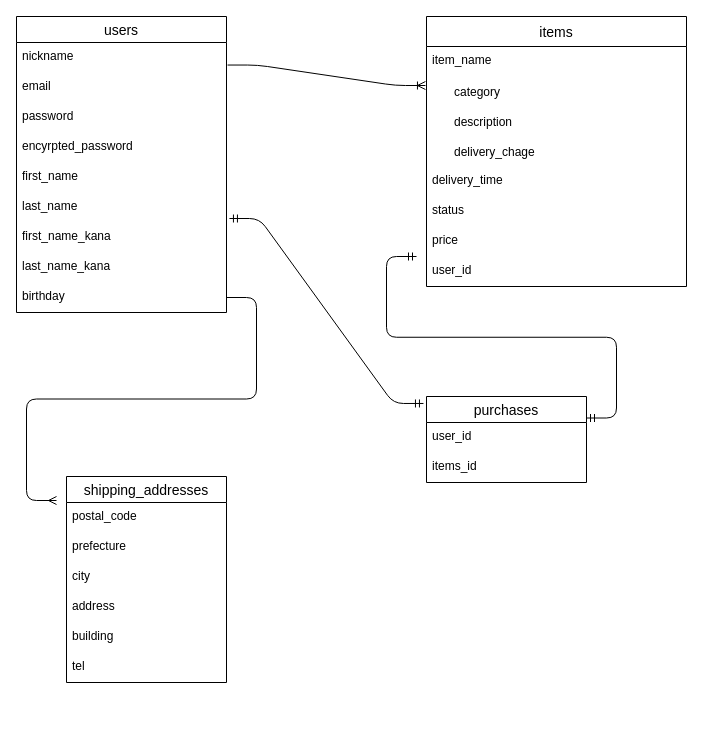
This is furima.dio from YutoTakenaka/furima-34249, a draw.io file, before an edit. Source tidied: cells renumbered, new cells numbered last; positions are measured from the earlier drawing's top-left corner, leaving out a move shared by most shapes. Both pictures are drawn from the tidied source at 100%, with x=0, y=0 at pixel (16, 16).
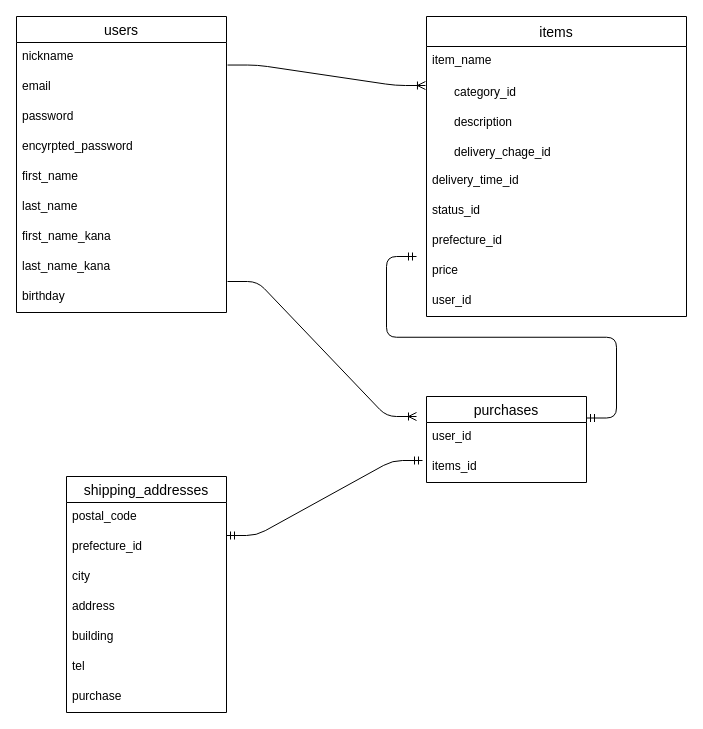
Above is the later version.

The change refers to these unchanged cells:
```xml
<mxCell id="9" value="first_name_kana" style="text;strokeColor=none;fillColor=none;spacingLeft=4;spacingRight=4;overflow=hidden;points=[[0,0.5],[1,0.5]];portConstraint=eastwest;fontSize=12;" parent="2" vertex="1">
  <mxGeometry y="206" width="210" height="30" as="geometry" />
</mxCell>
<mxCell id="11" value="birthday" style="text;strokeColor=none;fillColor=none;spacingLeft=4;spacingRight=4;overflow=hidden;points=[[0,0.5],[1,0.5]];portConstraint=eastwest;fontSize=12;" parent="2" vertex="1">
  <mxGeometry y="266" width="210" height="30" as="geometry" />
</mxCell>
<mxCell id="15" style="shape=partialRectangle;fillColor=none;top=0;left=0;bottom=0;right=0;points=[[0,0.5],[1,0.5]];portConstraint=eastwest;" parent="14" vertex="1">
  <mxGeometry width="260" height="30" as="geometry" />
</mxCell>
<mxCell id="21" style="shape=partialRectangle;fillColor=none;top=0;left=0;bottom=0;right=0;" parent="14" vertex="1">
  <mxGeometry y="60" width="260" height="30" as="geometry" />
</mxCell>
<mxCell id="37" value="purchases" style="swimlane;fontStyle=0;horizontal=1;startSize=26;align=center;fontSize=14;" parent="1" vertex="1">
  <mxGeometry x="410" y="380" width="160" height="86" as="geometry" />
</mxCell>
<mxCell id="39" value="items_id" style="text;strokeColor=none;fillColor=none;spacingLeft=4;spacingRight=4;overflow=hidden;points=[[0,0.5],[1,0.5]];portConstraint=eastwest;fontSize=12;" parent="37" vertex="1">
  <mxGeometry y="56" width="160" height="30" as="geometry" />
</mxCell>
```

Diff of the diagram source:
```diff
@@
     <mxCell id="12" value="items" style="swimlane;fontStyle=0;horizontal=1;startSize=30;align=center;fontSize=14;" parent="1" vertex="1">
-      <mxGeometry x="410" width="260" height="270" as="geometry" />
+      <mxGeometry x="410" width="260" height="300" as="geometry" />
     </mxCell>
@@
-    <mxCell id="17" value="category" style="shape=partialRectangle;fillColor=none;top=0;left=0;bottom=0;right=0;align=left;spacingLeft=6;overflow=hidden;" parent="15" vertex="1">
+    <mxCell id="17" value="category_id" style="shape=partialRectangle;fillColor=none;top=0;left=0;bottom=0;right=0;align=left;spacingLeft=6;overflow=hidden;" parent="15" vertex="1">
       <mxGeometry x="20" width="240" height="30" as="geometry" />
     </mxCell>
@@
-    <mxCell id="23" value="delivery_chage" style="shape=partialRectangle;fillColor=none;top=0;left=0;bottom=0;right=0;align=left;spacingLeft=6;overflow=hidden;" parent="21" vertex="1">
+    <mxCell id="23" value="delivery_chage_id" style="shape=partialRectangle;fillColor=none;top=0;left=0;bottom=0;right=0;align=left;spacingLeft=6;overflow=hidden;" parent="21" vertex="1">
       <mxGeometry x="20" width="240" height="30" as="geometry" />
     </mxCell>
-    <mxCell id="24" value="delivery_time" style="text;strokeColor=none;fillColor=none;spacingLeft=4;spacingRight=4;overflow=hidden;fontSize=12;" parent="12" vertex="1">
+    <mxCell id="24" value="delivery_time_id" style="text;strokeColor=none;fillColor=none;spacingLeft=4;spacingRight=4;overflow=hidden;fontSize=12;" parent="12" vertex="1">
       <mxGeometry y="150" width="260" height="30" as="geometry" />
     </mxCell>
-    <mxCell id="25" value="status" style="text;strokeColor=none;fillColor=none;spacingLeft=4;spacingRight=4;overflow=hidden;fontSize=12;" parent="12" vertex="1">
+    <mxCell id="25" value="status_id" style="text;strokeColor=none;fillColor=none;spacingLeft=4;spacingRight=4;overflow=hidden;fontSize=12;" parent="12" vertex="1">
       <mxGeometry y="180" width="260" height="30" as="geometry" />
     </mxCell>
+    <mxCell id="42" value="prefecture_id" style="text;strokeColor=none;fillColor=none;spacingLeft=4;spacingRight=4;overflow=hidden;fontSize=12;" parent="12" vertex="1">
+      <mxGeometry y="210" width="260" height="30" as="geometry" />
+    </mxCell>
     <mxCell id="26" value="price" style="text;strokeColor=none;fillColor=none;spacingLeft=4;spacingRight=4;overflow=hidden;fontSize=12;" parent="12" vertex="1">
-      <mxGeometry y="210" width="260" height="30" as="geometry" />
+      <mxGeometry y="240" width="260" height="30" as="geometry" />
     </mxCell>
     <mxCell id="27" value="user_id" style="text;strokeColor=none;fillColor=none;spacingLeft=4;spacingRight=4;overflow=hidden;fontSize=12;" parent="12" vertex="1">
-      <mxGeometry y="240" width="260" height="30" as="geometry" />
+      <mxGeometry y="270" width="260" height="30" as="geometry" />
     </mxCell>
@@
     <mxCell id="29" value="shipping_addresses" style="swimlane;fontStyle=0;horizontal=1;startSize=26;align=center;fontSize=14;" parent="1" vertex="1">
-      <mxGeometry x="50" y="460" width="160" height="206" as="geometry" />
+      <mxGeometry x="50" y="460" width="160" height="236" as="geometry" />
     </mxCell>
@@
-    <mxCell id="31" value="prefecture" style="text;strokeColor=none;fillColor=none;spacingLeft=4;spacingRight=4;overflow=hidden;points=[[0,0.5],[1,0.5]];portConstraint=eastwest;fontSize=12;" parent="29" vertex="1">
+    <mxCell id="31" value="prefecture_id" style="text;strokeColor=none;fillColor=none;spacingLeft=4;spacingRight=4;overflow=hidden;points=[[0,0.5],[1,0.5]];portConstraint=eastwest;fontSize=12;" parent="29" vertex="1">
       <mxGeometry y="56" width="160" height="30" as="geometry" />
     </mxCell>
@@
-    <mxCell id="36" style="edgeStyle=entityRelationEdgeStyle;fontSize=12;html=1;endArrow=ERmany;exitX=1;exitY=0.5;exitDx=0;exitDy=0;" parent="1" edge="1" source="11">
-      <mxGeometry relative="1" as="geometry">
-        <mxPoint x="40" y="484" as="targetPoint" />
-      </mxGeometry>
-    </mxCell>
+    <mxCell id="43" value="purchase" style="text;strokeColor=none;fillColor=none;spacingLeft=4;spacingRight=4;overflow=hidden;fontSize=12;" parent="29" vertex="1">
+      <mxGeometry y="206" width="160" height="30" as="geometry" />
+    </mxCell>
@@
-    <mxCell id="40" style="edgeStyle=entityRelationEdgeStyle;fontSize=12;html=1;endArrow=ERmandOne;startArrow=ERmandOne;entryX=-0.019;entryY=0.081;entryDx=0;entryDy=0;entryPerimeter=0;exitX=1.014;exitY=-0.133;exitDx=0;exitDy=0;exitPerimeter=0;" parent="1" edge="1" source="9" target="37">
-      <mxGeometry relative="1" as="geometry" />
-    </mxCell>
@@
+    <mxCell id="44" style="edgeStyle=entityRelationEdgeStyle;fontSize=12;html=1;endArrow=ERmandOne;startArrow=ERmandOne;exitX=1;exitY=0.1;exitDx=0;exitDy=0;exitPerimeter=0;entryX=-0.025;entryY=0.267;entryDx=0;entryDy=0;entryPerimeter=0;" parent="1" edge="1" source="31" target="39">
+      <mxGeometry relative="1" as="geometry" />
+    </mxCell>
+    <mxCell id="45" style="edgeStyle=entityRelationEdgeStyle;fontSize=12;html=1;endArrow=ERoneToMany;exitX=1.005;exitY=-0.033;exitDx=0;exitDy=0;exitPerimeter=0;" parent="1" edge="1" source="11">
+      <mxGeometry relative="1" as="geometry">
+        <mxPoint x="400" y="400" as="targetPoint" />
+      </mxGeometry>
+    </mxCell>
```
